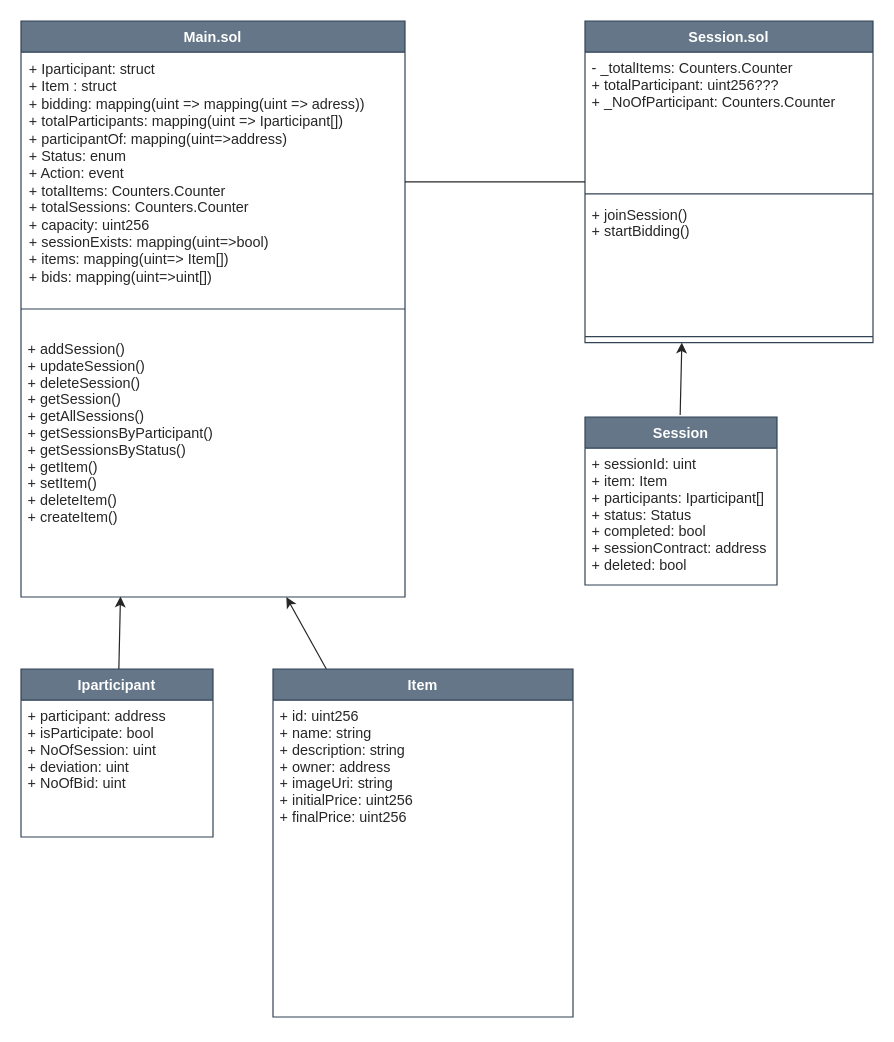
Above: UML/PricingChain.drawio in dandev947366/movieapp (draw.io), before the change. Source tidied: cells renumbered, new cells numbered last; positions are measured from the earlier drawing's top-left corner, leaving out a move shared by most shapes. Both pictures are drawn from the tidied source at 120%, with x=0, y=0 at pixel (20, 20).
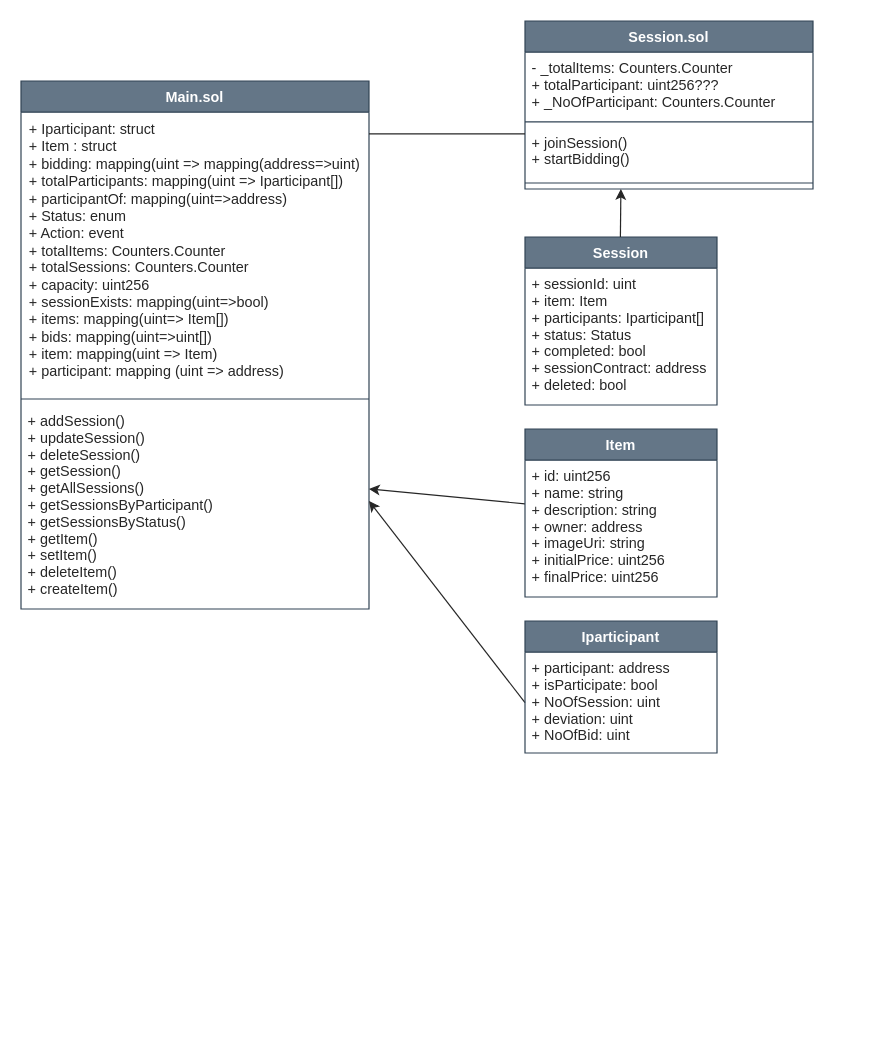
The same diagram, later.

Change to the diagram source:
```diff
@@
     <mxCell id="2" value="Main.sol" style="swimlane;fontStyle=1;align=center;verticalAlign=top;horizontal=1;startSize=26;fillColor=#647687;strokeColor=#314354;fontColor=#FFFFFF;" parent="1" vertex="1">
-      <mxGeometry width="320" height="480" as="geometry" />
+      <mxGeometry y="50" width="290" height="440" as="geometry" />
     </mxCell>
-    <mxCell id="3" value="+ Iparticipant: struct&lt;br&gt;+ Item : struct&lt;br&gt;+ bidding: mapping(uint =&amp;gt; mapping(uint =&amp;gt; adress))&lt;br&gt;+ totalParticipants: mapping(uint =&amp;gt; Iparticipant[])&lt;br&gt;+ participantOf: mapping(uint=&amp;gt;address)&lt;br&gt;+ Status: enum&lt;br&gt;+ Action: event&lt;br&gt;+ totalItems: Counters.Counter&lt;br&gt;+ totalSessions: Counters.Counter&lt;br&gt;+ capacity: uint256&lt;br&gt;+ sessionExists: mapping(uint=&amp;gt;bool)&lt;br&gt;+ items: mapping(uint=&amp;gt; Item[])&lt;br&gt;+ bids: mapping(uint=&amp;gt;uint[])" style="text;strokeColor=none;fillColor=none;align=left;verticalAlign=top;spacingLeft=4;spacingRight=4;overflow=hidden;fontColor=#262626;spacing=3;spacingTop=0;html=1;" parent="2" vertex="1">
-      <mxGeometry y="26" width="320" height="194" as="geometry" />
+    <mxCell id="3" value="+ Iparticipant: struct&lt;br&gt;+ Item : struct&lt;br&gt;+ bidding: mapping(uint =&amp;gt; mapping(address=&amp;gt;uint)&lt;br&gt;+ totalParticipants: mapping(uint =&amp;gt; Iparticipant[])&lt;br&gt;+ participantOf: mapping(uint=&amp;gt;address)&lt;br&gt;+ Status: enum&lt;br&gt;+ Action: event&lt;br&gt;+ totalItems: Counters.Counter&lt;br&gt;+ totalSessions: Counters.Counter&lt;br&gt;+ capacity: uint256&lt;br&gt;+ sessionExists: mapping(uint=&amp;gt;bool)&lt;br&gt;+ items: mapping(uint=&amp;gt; Item[])&lt;br&gt;+ bids: mapping(uint=&amp;gt;uint[])&lt;br&gt;+ item: mapping(uint =&amp;gt; Item)&lt;br&gt;+ participant: mapping (uint =&amp;gt; address)" style="text;strokeColor=none;fillColor=none;align=left;verticalAlign=top;spacingLeft=4;spacingRight=4;overflow=hidden;fontColor=#262626;spacing=3;spacingTop=0;html=1;" parent="2" vertex="1">
+      <mxGeometry y="26" width="290" height="234" as="geometry" />
     </mxCell>
     <mxCell id="4" style="line;strokeWidth=1;fillColor=none;align=left;verticalAlign=middle;spacingTop=-1;spacingLeft=3;spacingRight=3;labelPosition=right;strokeColor=inherit;" parent="2" vertex="1">
-      <mxGeometry y="220" width="320" height="40" as="geometry" />
+      <mxGeometry y="260" width="290" height="10" as="geometry" />
     </mxCell>
     <mxCell id="5" value="+ addSession()&#10;+ updateSession()&#10;+ deleteSession()&#10;+ getSession()&#10;+ getAllSessions()&#10;+ getSessionsByParticipant()&#10;+ getSessionsByStatus()&#10;+ getItem()&#10;+ setItem()&#10;+ deleteItem()&#10;+ createItem()&#10;" style="text;strokeColor=none;fillColor=none;align=left;verticalAlign=top;spacingLeft=4;spacingRight=4;overflow=hidden;points=[[0,0.5],[1,0.5]];portConstraint=eastwest;fontColor=#262626;" parent="2" vertex="1">
-      <mxGeometry y="260" width="320" height="220" as="geometry" />
+      <mxGeometry y="270" width="290" height="170" as="geometry" />
     </mxCell>
-    <mxCell id="6" style="edgeStyle=none;html=1;entryX=0.259;entryY=0.998;entryDx=0;entryDy=0;entryPerimeter=0;fontColor=#262626;strokeColor=#262626;" parent="1" edge="1" source="7" target="5">
-      <mxGeometry relative="1" as="geometry" />
+    <mxCell id="6" style="edgeStyle=none;html=1;fontColor=#262626;strokeColor=#262626;exitX=0;exitY=0.5;exitDx=0;exitDy=0;" parent="1" edge="1" source="8">
+      <mxGeometry relative="1" as="geometry">
+        <mxPoint x="290" y="400" as="targetPoint" />
+      </mxGeometry>
     </mxCell>
     <mxCell id="7" value="Iparticipant" style="swimlane;fontStyle=1;align=center;verticalAlign=top;horizontal=1;startSize=26;fillColor=#647687;strokeColor=#314354;fontColor=#FFFFFF;" parent="1" vertex="1">
-      <mxGeometry y="540" width="160" height="140" as="geometry" />
+      <mxGeometry x="420" y="500" width="160" height="110" as="geometry" />
     </mxCell>
     <mxCell id="8" value="+ participant: address&#10;+ isParticipate: bool&#10;+ NoOfSession: uint&#10;+ deviation: uint&#10;+ NoOfBid: uint" style="text;strokeColor=none;fillColor=none;align=left;verticalAlign=top;spacingLeft=4;spacingRight=4;overflow=hidden;points=[[0,0.5],[1,0.5]];portConstraint=eastwest;fontColor=#262626;" parent="7" vertex="1">
-      <mxGeometry y="26" width="160" height="114" as="geometry" />
+      <mxGeometry y="26" width="160" height="84" as="geometry" />
     </mxCell>
-    <mxCell id="9" style="edgeStyle=none;html=1;fontColor=#262626;strokeColor=#262626;" parent="1" edge="1" source="10" target="5">
-      <mxGeometry relative="1" as="geometry" />
+    <mxCell id="9" style="edgeStyle=none;html=1;fontColor=#262626;strokeColor=#262626;" parent="1" edge="1" source="10">
+      <mxGeometry relative="1" as="geometry">
+        <mxPoint x="290" y="390" as="targetPoint" />
+      </mxGeometry>
     </mxCell>
     <mxCell id="10" value="Item" style="swimlane;fontStyle=1;align=center;verticalAlign=top;horizontal=1;startSize=26;fillColor=#647687;strokeColor=#314354;fontColor=#FFFFFF;" parent="1" vertex="1">
-      <mxGeometry x="210" y="540" width="250" height="290" as="geometry" />
+      <mxGeometry x="420" y="340" width="160" height="140" as="geometry" />
     </mxCell>
     <mxCell id="11" value="+ id: uint256&#10;+ name: string&#10;+ description: string&#10;+ owner: address&#10;+ imageUri: string&#10;+ initialPrice: uint256&#10;+ finalPrice: uint256&#10;&#10;" style="text;strokeColor=none;fillColor=none;align=left;verticalAlign=top;spacingLeft=4;spacingRight=4;overflow=hidden;fontColor=#262626;" parent="10" vertex="1">
-      <mxGeometry y="26" width="250" height="264" as="geometry" />
+      <mxGeometry y="26" width="160" height="114" as="geometry" />
     </mxCell>
     <mxCell id="12" value="Session.sol" style="swimlane;fontStyle=1;align=center;verticalAlign=top;horizontal=1;startSize=26;fillColor=#647687;strokeColor=#314354;fontColor=#FFFFFF;" parent="1" vertex="1">
-      <mxGeometry x="470" width="240" height="268" as="geometry" />
+      <mxGeometry x="420" width="240" height="140" as="geometry" />
     </mxCell>
     <mxCell id="13" value="- _totalItems: Counters.Counter&#10;+ totalParticipant: uint256???&#10;+ _NoOfParticipant: Counters.Counter&#10;" style="text;strokeColor=none;fillColor=none;align=left;verticalAlign=top;spacingLeft=4;spacingRight=4;overflow=hidden;fontColor=#262626;" parent="12" vertex="1">
-      <mxGeometry y="26" width="240" height="114" as="geometry" />
+      <mxGeometry y="26" width="240" height="54" as="geometry" />
     </mxCell>
     <mxCell id="14" style="line;strokeWidth=1;fillColor=default;align=left;verticalAlign=middle;spacingTop=-1;spacingLeft=3;spacingRight=3;labelPosition=right;strokeColor=inherit;fontColor=#262626;html=1;" parent="12" vertex="1">
-      <mxGeometry y="140" width="240" height="8" as="geometry" />
+      <mxGeometry y="80" width="240" height="8" as="geometry" />
     </mxCell>
     <mxCell id="15" value="+ joinSession()&#10;+ startBidding()&#10;" style="text;strokeColor=none;fillColor=none;align=left;verticalAlign=top;spacingLeft=4;spacingRight=4;overflow=hidden;fontColor=#262626;" parent="12" vertex="1">
-      <mxGeometry y="148" width="240" height="110" as="geometry" />
+      <mxGeometry y="88" width="240" height="42" as="geometry" />
     </mxCell>
     <mxCell id="16" style="line;strokeWidth=1;fillColor=none;align=left;verticalAlign=middle;spacingTop=-1;spacingLeft=3;spacingRight=3;labelPosition=right;strokeColor=inherit;" parent="12" vertex="1">
-      <mxGeometry y="258" width="240" height="10" as="geometry" />
+      <mxGeometry y="130" width="240" height="10" as="geometry" />
     </mxCell>
     <mxCell id="17" style="line;strokeWidth=1;align=left;verticalAlign=middle;spacingTop=-1;spacingLeft=3;spacingRight=3;labelPosition=right;html=1;fillColor=#262626;strokeColor=#262626;" parent="1" vertex="1">
-      <mxGeometry x="320" y="130" width="150" height="8" as="geometry" />
+      <mxGeometry x="290" y="90" width="130" height="8" as="geometry" />
     </mxCell>
     <mxCell id="18" value="Session" style="swimlane;fontStyle=1;align=center;verticalAlign=top;horizontal=1;startSize=26;fillColor=#647687;strokeColor=#314354;fontColor=#FFFFFF;" parent="1" vertex="1">
-      <mxGeometry x="470" y="330" width="160" height="140" as="geometry" />
+      <mxGeometry x="420" y="180" width="160" height="140" as="geometry" />
     </mxCell>
@@
     <mxCell id="20" style="edgeStyle=none;html=1;entryX=0.259;entryY=0.998;entryDx=0;entryDy=0;entryPerimeter=0;fontColor=#262626;strokeColor=#262626;" parent="1" edge="1">
       <mxGeometry relative="1" as="geometry">
-        <mxPoint x="549.3" y="328.4" as="sourcePoint" />
-        <mxPoint x="550.7" y="268" as="targetPoint" />
+        <mxPoint x="499.5" y="180" as="sourcePoint" />
+        <mxPoint x="499.9" y="140" as="targetPoint" />
       </mxGeometry>
     </mxCell>
```
